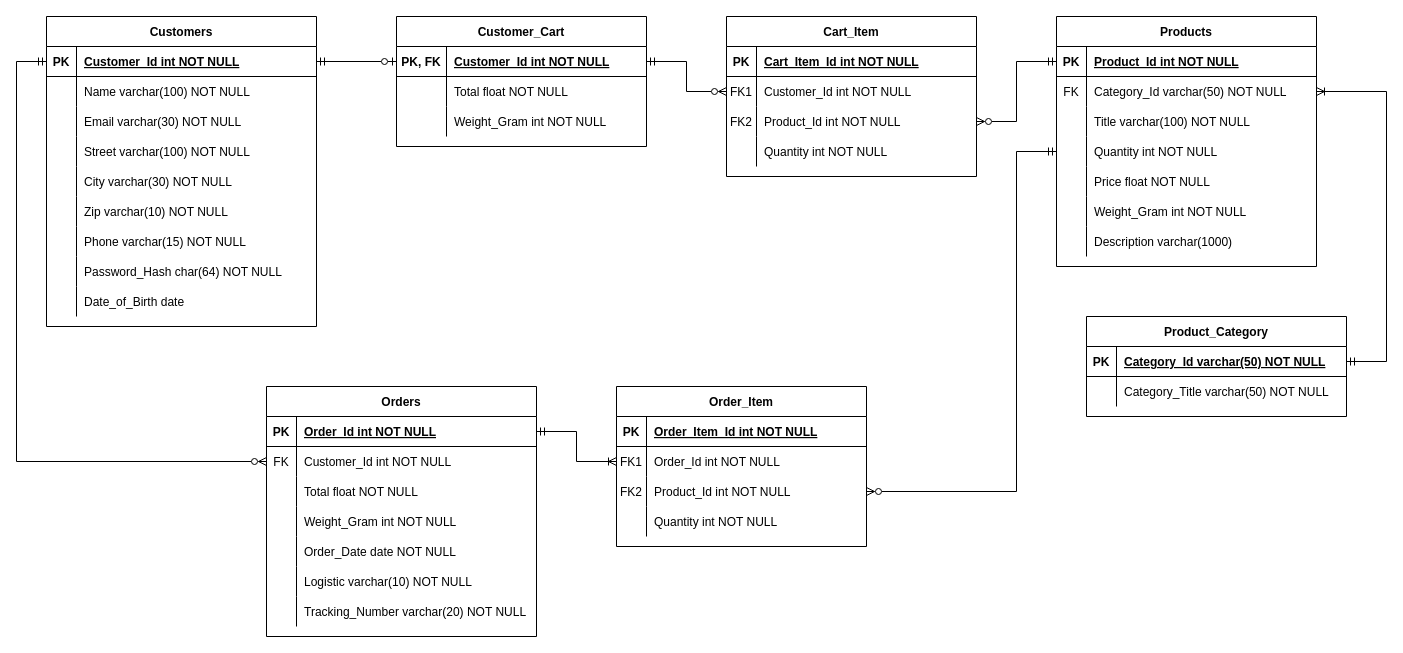
Earlier version of the draw.io diagram system-design/ER-Diagram.drawio (wahyubrr/shopping-api). Source tidied: cells renumbered, new cells numbered last; positions are measured from the earlier drawing's top-left corner, leaving out a move shared by most shapes. Both pictures are drawn from the tidied source at 100%, with x=0, y=0 at pixel (16, 16).
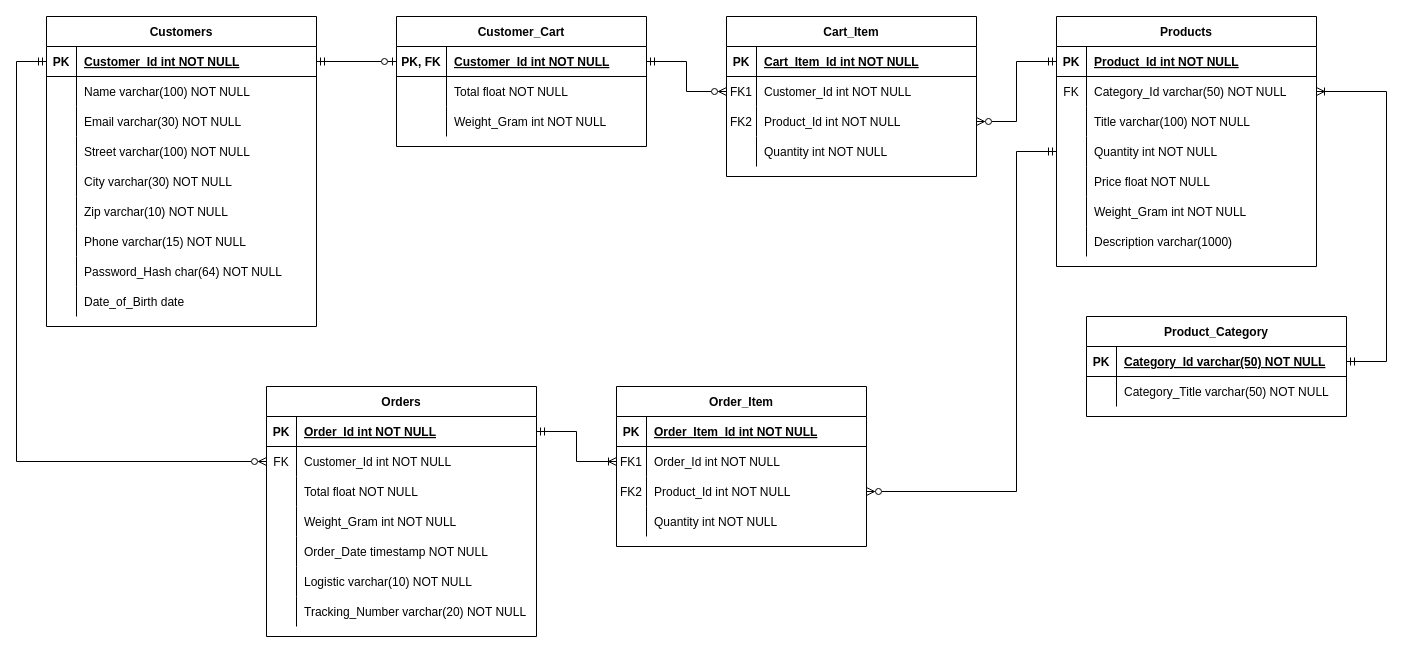
After the change.

Commit message (it also covers changes not shown here):
change Orders.Order_Date datatype from DATE to TIMESTAMP

The change refers to these unchanged cells:
```xml
<mxCell id="84" style="shape=partialRectangle;fillColor=none;top=0;left=0;right=0;bottom=0;" parent="71" vertex="1">
  <mxGeometry y="150" width="270" height="30" as="geometry" />
</mxCell>
```

Change to the diagram source:
```diff
@@
-    <mxCell id="86" value="Order_Date date NOT NULL" style="shape=partialRectangle;overflow=hidden;fillColor=none;top=0;left=0;bottom=0;right=0;align=left;spacingLeft=6;" parent="84" vertex="1">
+    <mxCell id="86" value="Order_Date timestamp NOT NULL" style="shape=partialRectangle;overflow=hidden;fillColor=none;top=0;left=0;bottom=0;right=0;align=left;spacingLeft=6;" parent="84" vertex="1">
       <mxGeometry x="30" width="240" height="30" as="geometry" />
     </mxCell>
```
